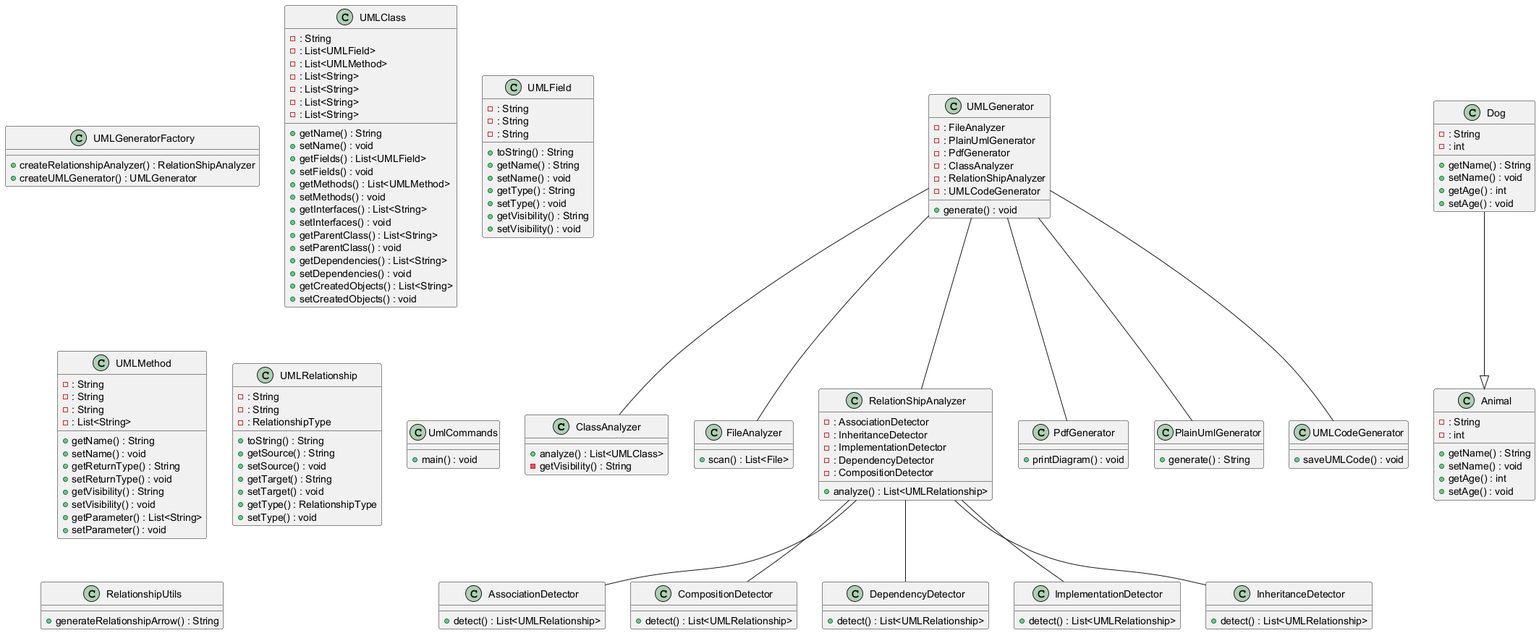
sithija-sulochana/ArchLense keeps this PlantUML diagram as diagram.png. Above is the earlier version.
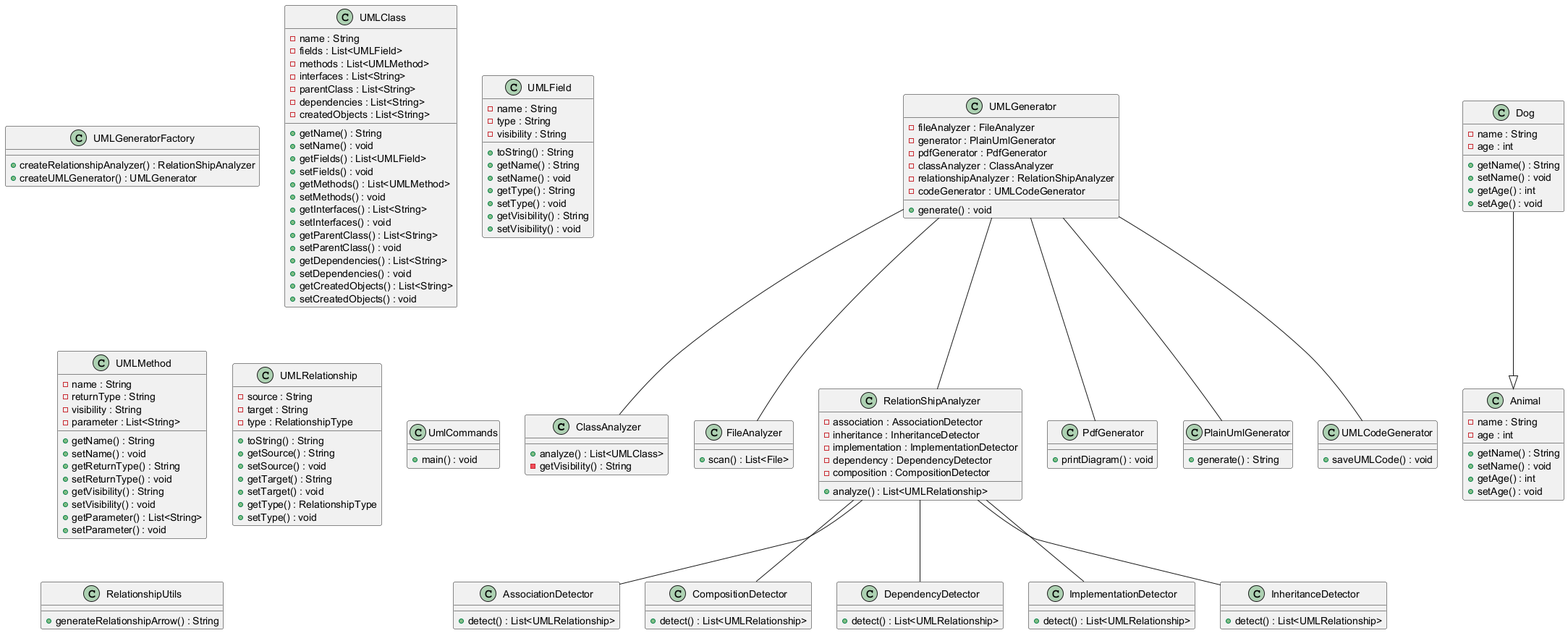
The same diagram one commit later.

Commit message:
[FIX] resolve fields' access modifiers

What changed in the source:
```diff
@@ -7,11 +7,11 @@
   + scan() : List<File>
 }
 class RelationShipAnalyzer {
-  - : AssociationDetector
-  - : InheritanceDetector
-  - : ImplementationDetector
-  - : DependencyDetector
-  - : CompositionDetector
+  - association : AssociationDetector
+  - inheritance : InheritanceDetector
+  - implementation : ImplementationDetector
+  - dependency : DependencyDetector
+  - composition : CompositionDetector
   + analyze() : List<UMLRelationship>
 }
 class AssociationDetector {
@@ -30,16 +30,16 @@
   + detect() : List<UMLRelationship>
 }
 class Dog {
-  - : String
-  - : int
+  - name : String
+  - age : int
   + getName() : String
   + setName() : void
   + getAge() : int
   + setAge() : void
 }
 class Animal {
-  - : String
-  - : int
+  - name : String
+  - age : int
   + getName() : String
   + setName() : void
   + getAge() : int
@@ -59,13 +59,13 @@
   + saveUMLCode() : void
 }
 class UMLClass {
-  - : String
-  - : List<UMLField>
-  - : List<UMLMethod>
-  - : List<String>
-  - : List<String>
-  - : List<String>
-  - : List<String>
+  - name : String
+  - fields : List<UMLField>
+  - methods : List<UMLMethod>
+  - interfaces : List<String>
+  - parentClass : List<String>
+  - dependencies : List<String>
+  - createdObjects : List<String>
   + getName() : String
   + setName() : void
   + getFields() : List<UMLField>
@@ -82,9 +82,9 @@
   + setCreatedObjects() : void
 }
 class UMLField {
-  - : String
-  - : String
-  - : String
+  - name : String
+  - type : String
+  - visibility : String
   + toString() : String
   + getName() : String
   + setName() : void
@@ -94,10 +94,10 @@
   + setVisibility() : void
 }
 class UMLMethod {
-  - : String
-  - : String
-  - : String
-  - : List<String>
+  - name : String
+  - returnType : String
+  - visibility : String
+  - parameter : List<String>
   + getName() : String
   + setName() : void
   + getReturnType() : String
@@ -108,9 +108,9 @@
   + setParameter() : void
 }
 class UMLRelationship {
-  - : String
-  - : String
-  - : RelationshipType
+  - source : String
+  - target : String
+  - type : RelationshipType
   + toString() : String
   + getSource() : String
   + setSource() : void
@@ -120,12 +120,12 @@
   + setType() : void
 }
 class UMLGenerator {
-  - : FileAnalyzer
-  - : PlainUmlGenerator
-  - : PdfGenerator
-  - : ClassAnalyzer
-  - : RelationShipAnalyzer
-  - : UMLCodeGenerator
+  - fileAnalyzer : FileAnalyzer
+  - generator : PlainUmlGenerator
+  - pdfGenerator : PdfGenerator
+  - classAnalyzer : ClassAnalyzer
+  - relationshipAnalyzer : RelationShipAnalyzer
+  - codeGenerator : UMLCodeGenerator
   + generate() : void
 }
 class UmlCommands {
@@ -134,16 +134,16 @@
 class RelationshipUtils {
   + generateRelationshipArrow() : String
 }
+RelationShipAnalyzer -- CompositionDetector
 RelationShipAnalyzer -- AssociationDetector
+UMLGenerator -- PlainUmlGenerator
+RelationShipAnalyzer -- DependencyDetector
+UMLGenerator -- UMLCodeGenerator
 RelationShipAnalyzer -- InheritanceDetector
+RelationShipAnalyzer -- ImplementationDetector
 UMLGenerator -- FileAnalyzer
-RelationShipAnalyzer -- CompositionDetector
-UMLGenerator -- PlainUmlGenerator
-UMLGenerator -- UMLCodeGenerator
+UMLGenerator -- ClassAnalyzer
 UMLGenerator -- PdfGenerator
 UMLGenerator -- RelationShipAnalyzer
-RelationShipAnalyzer -- DependencyDetector
-RelationShipAnalyzer -- ImplementationDetector
-UMLGenerator -- ClassAnalyzer
 Dog --|> Animal
 @enduml
```
